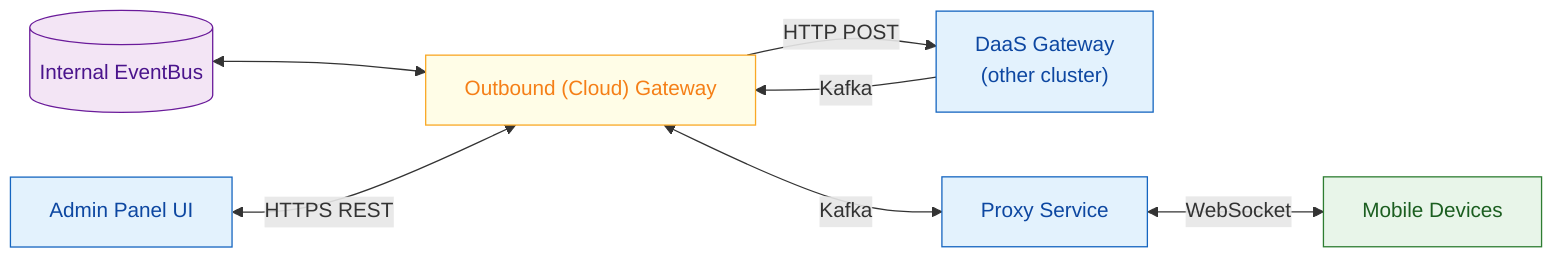
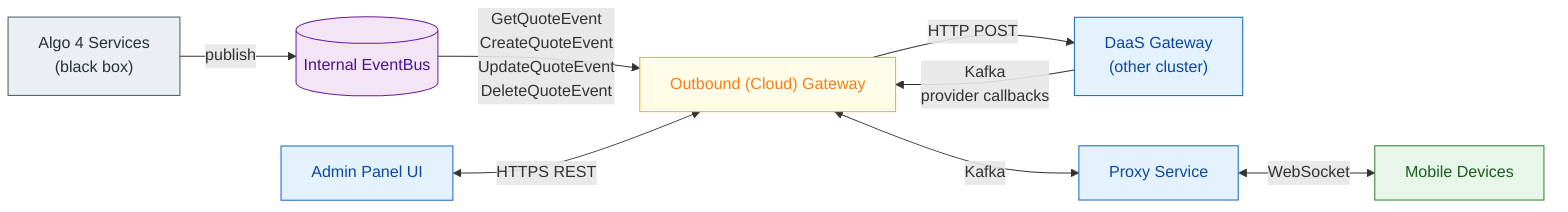
flowchart LR
-   %% Algo 4 Outbound (Cloud) API Gateway
+   %% Algo 4 Outbound (Cloud) Gateway

+   Services["Algo 4 Services<br/>(black box)"]:::svc
  Bus[("Internal EventBus")]:::bus
  CGW["Outbound (Cloud) Gateway"]:::gw

  DaaS["DaaS Gateway<br/>(other cluster)"]:::ext
  Proxy["Proxy Service"]:::ext
  Mobile["Mobile Devices"]:::device
  Admin["Admin Panel UI"]:::ext

-   %% Internal cluster <-> Cloud GW
-   Bus <--> CGW
+   %% Algo 4 services -> EventBus -> Cloud GW
+   Services -->|"publish"| Bus
+   Bus -->|"GetQuoteEvent<br/>CreateQuoteEvent<br/>UpdateQuoteEvent<br/>DeleteQuoteEvent"| CGW

  %% Cloud GW <-> DaaS (other cluster)
  CGW -->|"HTTP POST"| DaaS
-   DaaS -->|"Kafka"| CGW
+   DaaS -->|"Kafka<br/>provider callbacks"| CGW

  %% Cloud GW <-> Proxy <-> Mobile
  CGW <-->|"Kafka"| Proxy
  Proxy <-->|"WebSocket"| Mobile

  %% Cloud GW <-> Admin Panel UI
  Admin <-->|"HTTPS REST"| CGW

+   classDef svc fill:#ECEFF1,stroke:#455A64,stroke-width:1px,color:#263238
+   classDef bus fill:#F3E5F5,stroke:#6A1B9A,stroke-width:1px,color:#4A148C
  classDef gw fill:#FFFDE7,stroke:#F9A825,stroke-width:1px,color:#F57F17
-   classDef bus fill:#F3E5F5,stroke:#6A1B9A,stroke-width:1px,color:#4A148C
  classDef ext fill:#E3F2FD,stroke:#1565C0,stroke-width:1px,color:#0D47A1
  classDef device fill:#E8F5E9,stroke:#2E7D32,stroke-width:1px,color:#1B5E20
